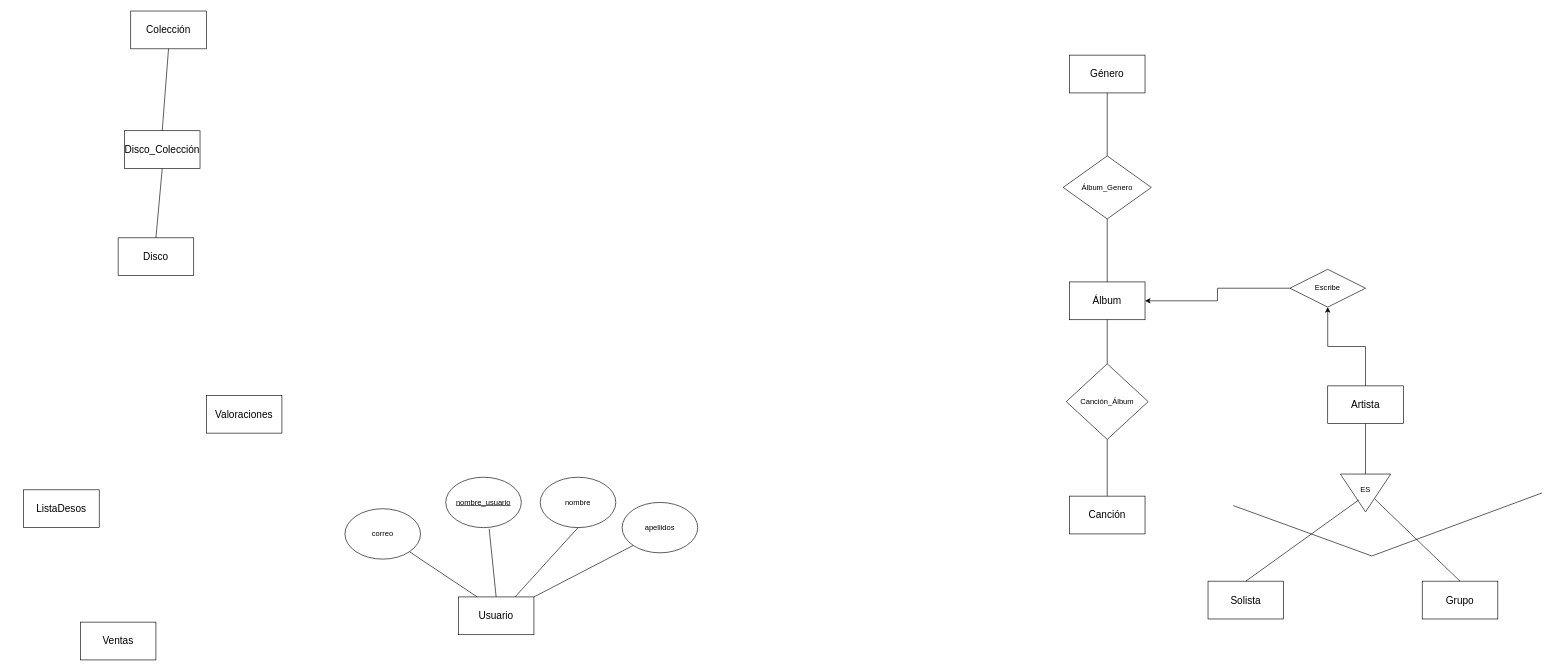
Above: PL1BBDD.drawio in caartagena/Bases-de-Datos (draw.io), before the change. Source tidied: cells renumbered, new cells numbered last; positions are measured from the earlier drawing's top-left corner, leaving out a move shared by most shapes. Both pictures are drawn from the tidied source at 63%, with x=0, y=0 at pixel (23, 11).
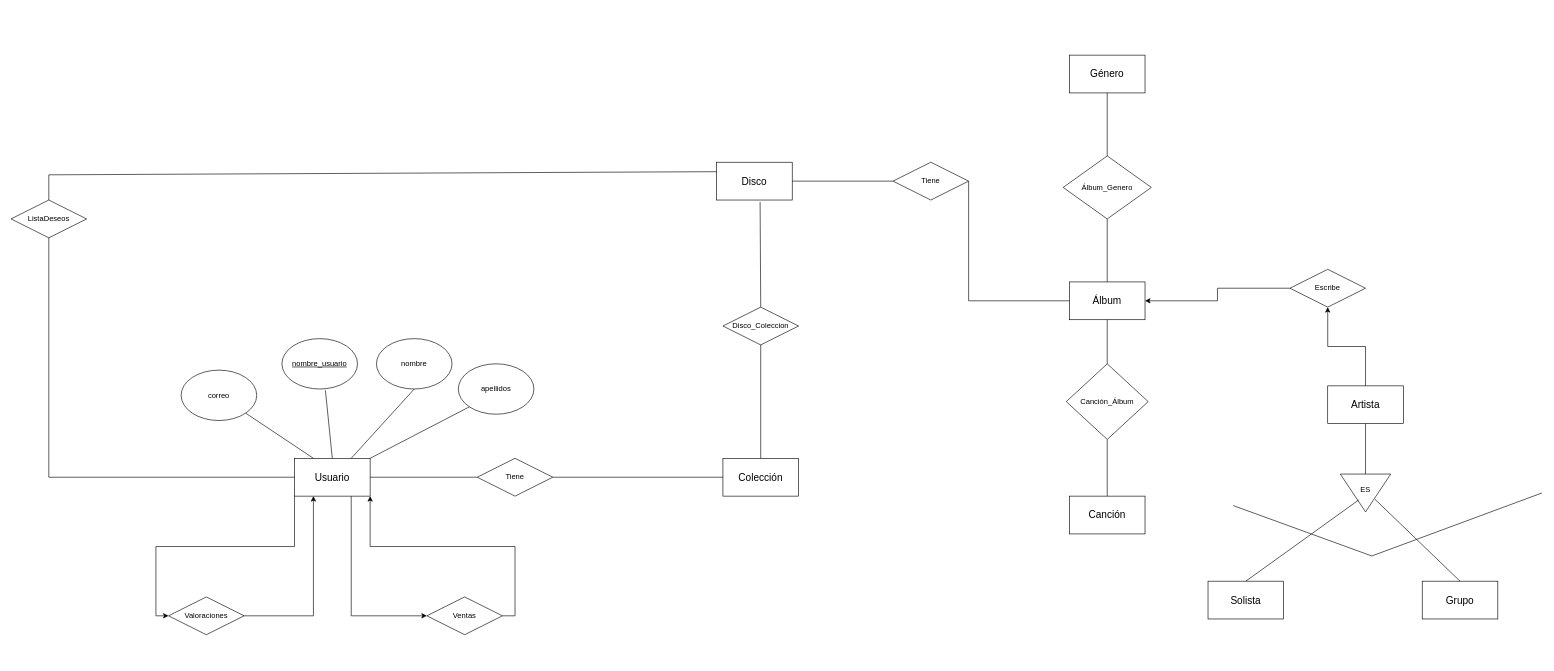
The same page after the edit.

The change refers to these unchanged cells:
```xml
<mxCell id="4" value="Álbum" style="rounded=0;whiteSpace=wrap;html=1;labelBackgroundColor=none;fontSize=16;" parent="1" vertex="1">
  <mxGeometry x="1660" y="430" width="120" height="60" as="geometry" />
</mxCell>
<mxCell id="26" value="Canción_Álbum" style="rhombus;whiteSpace=wrap;html=1;" parent="1" vertex="1">
  <mxGeometry x="1655" y="560" width="130" height="120" as="geometry" />
</mxCell>
```

What changed in the source:
```diff
@@
+    <mxCell id="41" style="edgeStyle=orthogonalEdgeStyle;rounded=0;jettySize=auto;html=1;exitX=0;exitY=1;exitDx=0;exitDy=0;entryX=0;entryY=0.5;entryDx=0;entryDy=0;" parent="1" edge="1" source="2" target="14">
+      <mxGeometry relative="1" as="geometry" />
+    </mxCell>
+    <mxCell id="42" style="edgeStyle=orthogonalEdgeStyle;rounded=0;jettySize=auto;html=1;exitX=0.75;exitY=1;exitDx=0;exitDy=0;entryX=0;entryY=0.5;entryDx=0;entryDy=0;" parent="1" edge="1" source="2" target="12">
+      <mxGeometry relative="1" as="geometry" />
+    </mxCell>
     <mxCell id="2" value="Usuario" style="rounded=0;whiteSpace=wrap;html=1;labelBackgroundColor=none;fontSize=16;" parent="1" vertex="1">
-      <mxGeometry x="690" y="930" width="120" height="60" as="geometry" />
+      <mxGeometry x="430" y="710" width="120" height="60" as="geometry" />
     </mxCell>
@@
     <mxCell id="9" value="Disco" style="rounded=0;whiteSpace=wrap;html=1;labelBackgroundColor=none;fontSize=16;" parent="1" vertex="1">
-      <mxGeometry x="150" y="360" width="120" height="60" as="geometry" />
+      <mxGeometry x="1100" y="240" width="120" height="60" as="geometry" />
     </mxCell>
     <mxCell id="10" value="Colección" style="rounded=0;whiteSpace=wrap;html=1;labelBackgroundColor=none;fontSize=16;" parent="1" vertex="1">
-      <mxGeometry x="170" width="120" height="60" as="geometry" />
+      <mxGeometry x="1110" y="710" width="120" height="60" as="geometry" />
     </mxCell>
-    <mxCell id="11" value="Disco_Colección" style="rounded=0;whiteSpace=wrap;html=1;labelBackgroundColor=none;fontSize=16;" parent="1" vertex="1">
-      <mxGeometry x="160" y="190" width="120" height="60" as="geometry" />
-    </mxCell>
-    <mxCell id="12" value="Ventas" style="rounded=0;whiteSpace=wrap;html=1;labelBackgroundColor=none;fontSize=16;" parent="1" vertex="1">
-      <mxGeometry x="90" y="970" width="120" height="60" as="geometry" />
-    </mxCell>
-    <mxCell id="13" value="ListaDesos" style="rounded=0;whiteSpace=wrap;html=1;labelBackgroundColor=none;fontSize=16;" parent="1" vertex="1">
-      <mxGeometry y="760" width="120" height="60" as="geometry" />
-    </mxCell>
-    <mxCell id="14" value="Valoraciones" style="rounded=0;whiteSpace=wrap;html=1;labelBackgroundColor=none;fontSize=16;" parent="1" vertex="1">
-      <mxGeometry x="290" y="610" width="120" height="60" as="geometry" />
-    </mxCell>
     <mxCell id="15" value="correo" style="ellipse;whiteSpace=wrap;html=1;" parent="1" vertex="1">
-      <mxGeometry x="510" y="790" width="120" height="80" as="geometry" />
+      <mxGeometry x="250" y="570" width="120" height="80" as="geometry" />
     </mxCell>
     <mxCell id="16" value="apellidos" style="ellipse;whiteSpace=wrap;html=1;" parent="1" vertex="1">
-      <mxGeometry x="950" y="780" width="120" height="80" as="geometry" />
+      <mxGeometry x="690" y="560" width="120" height="80" as="geometry" />
     </mxCell>
     <mxCell id="17" value="&lt;u&gt;nombre_usuario&lt;/u&gt;" style="ellipse;whiteSpace=wrap;html=1;" parent="1" vertex="1">
-      <mxGeometry x="670" y="740" width="120" height="80" as="geometry" />
+      <mxGeometry x="410" y="520" width="120" height="80" as="geometry" />
     </mxCell>
     <mxCell id="18" value="nombre" style="ellipse;whiteSpace=wrap;html=1;" parent="1" vertex="1">
-      <mxGeometry x="820" y="740" width="120" height="80" as="geometry" />
+      <mxGeometry x="560" y="520" width="120" height="80" as="geometry" />
     </mxCell>
@@
-    <mxCell id="24" style="endArrow=none;html=1;rounded=0;entryX=0.5;entryY=1;entryDx=0;entryDy=0;exitX=0.5;exitY=0;exitDx=0;exitDy=0;" parent="1" edge="1" source="26" target="4">
-      <mxGeometry relative="1" as="geometry" />
-    </mxCell>
@@
-    <mxCell id="29" style="endArrow=none;html=1;rounded=0;entryX=0.5;entryY=1;entryDx=0;entryDy=0;exitX=0.5;exitY=0;exitDx=0;exitDy=0;" parent="1" edge="1" source="9" target="11">
-      <mxGeometry relative="1" as="geometry" />
-    </mxCell>
-    <mxCell id="30" style="endArrow=none;html=1;rounded=0;exitX=0.5;exitY=0;exitDx=0;exitDy=0;entryX=0.5;entryY=1;entryDx=0;entryDy=0;" parent="1" edge="1" source="11" target="10">
-      <mxGeometry relative="1" as="geometry" />
-    </mxCell>
@@
+    <mxCell id="43" value="Tiene" style="shape=rhombus;perimeter=rhombusPerimeter;whiteSpace=wrap;html=1;align=center;" parent="1" vertex="1">
+      <mxGeometry x="1380" y="240" width="120" height="60" as="geometry" />
+    </mxCell>
+    <mxCell id="44" style="endArrow=none;html=1;rounded=0;entryX=0.5;entryY=1;entryDx=0;entryDy=0;" parent="1" edge="1" target="4">
+      <mxGeometry relative="1" as="geometry">
+        <mxPoint x="1720" y="560" as="sourcePoint" />
+      </mxGeometry>
+    </mxCell>
+    <mxCell id="45" style="endArrow=none;html=1;rounded=0;entryX=0;entryY=0.5;entryDx=0;entryDy=0;exitX=1;exitY=0.5;exitDx=0;exitDy=0;" parent="1" edge="1" source="9" target="43">
+      <mxGeometry relative="1" as="geometry" />
+    </mxCell>
+    <mxCell id="46" style="endArrow=none;html=1;rounded=0;entryX=0;entryY=0.5;entryDx=0;entryDy=0;exitX=1;exitY=0.5;exitDx=0;exitDy=0;" parent="1" edge="1" source="43" target="4">
+      <mxGeometry relative="1" as="geometry">
+        <Array as="points">
+          <mxPoint x="1500" y="460" />
+        </Array>
+      </mxGeometry>
+    </mxCell>
+    <mxCell id="47" value="Disco_Coleccion" style="shape=rhombus;perimeter=rhombusPerimeter;whiteSpace=wrap;html=1;align=center;" parent="1" vertex="1">
+      <mxGeometry x="1110" y="470" width="120" height="60" as="geometry" />
+    </mxCell>
+    <mxCell id="48" style="endArrow=none;html=1;rounded=0;entryX=0.5;entryY=1;entryDx=0;entryDy=0;exitX=0.5;exitY=0;exitDx=0;exitDy=0;" parent="1" edge="1" source="10" target="47">
+      <mxGeometry relative="1" as="geometry" />
+    </mxCell>
+    <mxCell id="49" style="endArrow=none;html=1;rounded=0;entryX=0.5;entryY=0;entryDx=0;entryDy=0;exitX=0.575;exitY=1.05;exitDx=0;exitDy=0;exitPerimeter=0;" parent="1" edge="1" source="9" target="47">
+      <mxGeometry relative="1" as="geometry" />
+    </mxCell>
+    <mxCell id="50" value="Tiene" style="shape=rhombus;perimeter=rhombusPerimeter;whiteSpace=wrap;html=1;align=center;" parent="1" vertex="1">
+      <mxGeometry x="720" y="710" width="120" height="60" as="geometry" />
+    </mxCell>
+    <mxCell id="51" style="endArrow=none;html=1;rounded=0;entryX=0;entryY=0.5;entryDx=0;entryDy=0;exitX=1;exitY=0.5;exitDx=0;exitDy=0;" parent="1" edge="1" source="2" target="50">
+      <mxGeometry relative="1" as="geometry" />
+    </mxCell>
+    <mxCell id="52" style="endArrow=none;html=1;rounded=0;exitX=1;exitY=0.5;exitDx=0;exitDy=0;entryX=0;entryY=0.5;entryDx=0;entryDy=0;" parent="1" edge="1" source="50" target="10">
+      <mxGeometry relative="1" as="geometry" />
+    </mxCell>
+    <mxCell id="53" value="ListaDeseos" style="shape=rhombus;perimeter=rhombusPerimeter;whiteSpace=wrap;html=1;align=center;" parent="1" vertex="1">
+      <mxGeometry x="-20" y="300" width="120" height="60" as="geometry" />
+    </mxCell>
+    <mxCell id="54" style="endArrow=none;html=1;rounded=0;exitX=0.5;exitY=0;exitDx=0;exitDy=0;entryX=0;entryY=0.25;entryDx=0;entryDy=0;" parent="1" edge="1" source="53" target="9">
+      <mxGeometry relative="1" as="geometry">
+        <Array as="points">
+          <mxPoint x="40" y="260" />
+        </Array>
+      </mxGeometry>
+    </mxCell>
+    <mxCell id="55" style="endArrow=none;html=1;rounded=0;exitX=0.5;exitY=1;exitDx=0;exitDy=0;entryX=0;entryY=0.5;entryDx=0;entryDy=0;" parent="1" edge="1" source="53" target="2">
+      <mxGeometry relative="1" as="geometry">
+        <Array as="points">
+          <mxPoint x="40" y="740" />
+        </Array>
+      </mxGeometry>
+    </mxCell>
+    <mxCell id="56" style="edgeStyle=orthogonalEdgeStyle;rounded=0;jettySize=auto;html=1;exitX=1;exitY=0.5;exitDx=0;exitDy=0;entryX=1;entryY=1;entryDx=0;entryDy=0;" parent="1" edge="1" source="12" target="2">
+      <mxGeometry relative="1" as="geometry" />
+    </mxCell>
+    <mxCell id="12" value="Ventas" style="shape=rhombus;perimeter=rhombusPerimeter;whiteSpace=wrap;html=1;align=center;" parent="1" vertex="1">
+      <mxGeometry x="640" y="930" width="120" height="60" as="geometry" />
+    </mxCell>
+    <mxCell id="57" style="edgeStyle=orthogonalEdgeStyle;rounded=0;jettySize=auto;html=1;exitX=1;exitY=0.5;exitDx=0;exitDy=0;entryX=0.25;entryY=1;entryDx=0;entryDy=0;" parent="1" edge="1" source="14" target="2">
+      <mxGeometry relative="1" as="geometry" />
+    </mxCell>
+    <mxCell id="14" value="Valoraciones" style="shape=rhombus;perimeter=rhombusPerimeter;whiteSpace=wrap;html=1;align=center;" parent="1" vertex="1">
+      <mxGeometry x="230" y="930" width="120" height="60" as="geometry" />
+    </mxCell>
```
